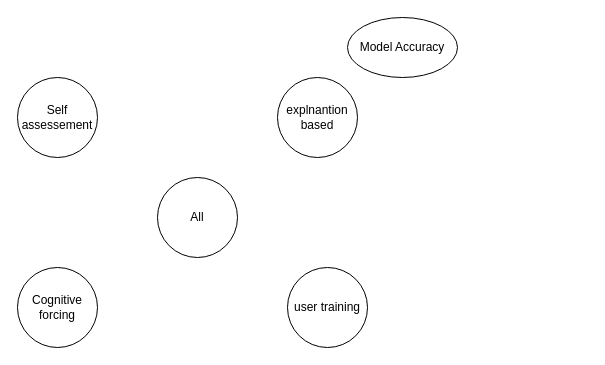
The draw.io diagram ext/chi-rev-method-overview.drawio in raeeschaudhary/Coursera_Exams, before the edit. Source tidied: cells renumbered, new cells numbered last; positions are measured from the earlier drawing's top-left corner, leaving out a move shared by most shapes. Both pictures are drawn from the tidied source at 100%, with x=0, y=0 at pixel (17, 17).
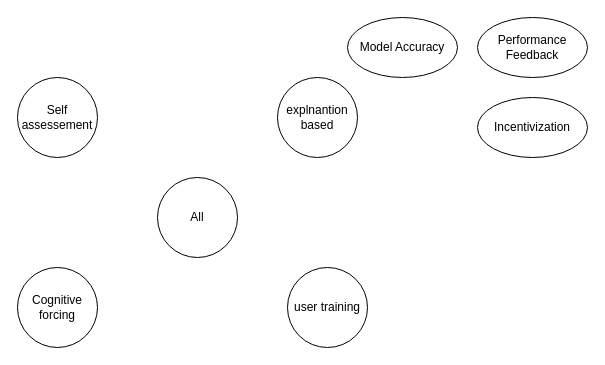
The same diagram, later.

Change to the diagram source:
```diff
@@
 <mxGraphModel>
   <root>
     <mxCell id="0" />
     <mxCell id="1" parent="0" />
     <mxCell id="2" value="All" style="ellipse;whiteSpace=wrap;html=1;" parent="1" vertex="1">
       <mxGeometry x="140" y="160" width="80" height="80" as="geometry" />
     </mxCell>
     <mxCell id="3" value="explnantion based" style="ellipse;whiteSpace=wrap;html=1;" parent="1" vertex="1">
       <mxGeometry x="260" y="60" width="80" height="80" as="geometry" />
     </mxCell>
     <mxCell id="4" value="user training" style="ellipse;whiteSpace=wrap;html=1;" parent="1" vertex="1">
       <mxGeometry x="270" y="250" width="80" height="80" as="geometry" />
     </mxCell>
     <mxCell id="5" value="Cognitive forcing" style="ellipse;whiteSpace=wrap;html=1;" parent="1" vertex="1">
       <mxGeometry y="250" width="80" height="80" as="geometry" />
     </mxCell>
     <mxCell id="6" value="Self assessement" style="ellipse;whiteSpace=wrap;html=1;" parent="1" vertex="1">
       <mxGeometry y="60" width="80" height="80" as="geometry" />
     </mxCell>
     <mxCell id="7" value="Model Accuracy" style="ellipse;whiteSpace=wrap;html=1;" parent="1" vertex="1">
       <mxGeometry x="330" width="110" height="60" as="geometry" />
     </mxCell>
+    <mxCell id="8" value="Performance Feedback" style="ellipse;whiteSpace=wrap;html=1;" parent="1" vertex="1">
+      <mxGeometry x="460" width="110" height="60" as="geometry" />
+    </mxCell>
+    <mxCell id="9" value="Incentivization" style="ellipse;whiteSpace=wrap;html=1;" parent="1" vertex="1">
+      <mxGeometry x="460" y="80" width="110" height="60" as="geometry" />
+    </mxCell>
   </root>
 </mxGraphModel>
```
